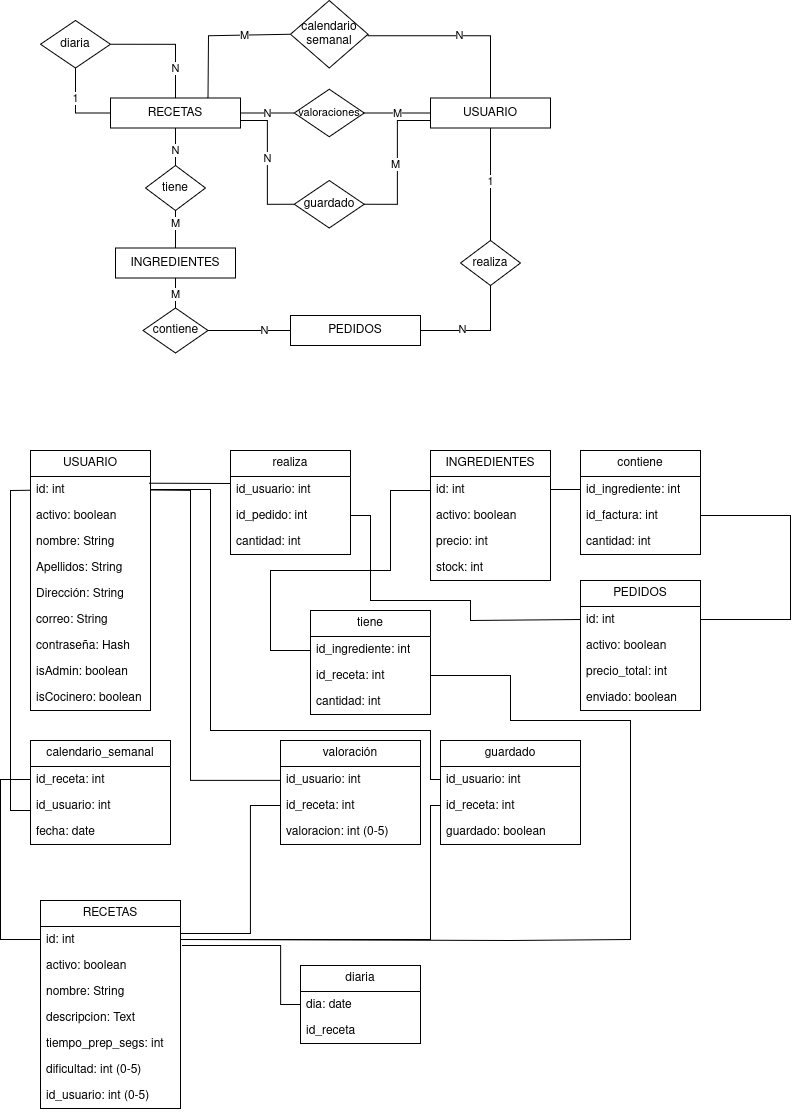
The draw.io diagram docs/Diagrama-Entidad_Relación.png in ntrefftz/CookingLab, before a commit. Source tidied: cells renumbered, new cells last; positions are measured from the earlier drawing's top-left corner, leaving out a move shared by most shapes.
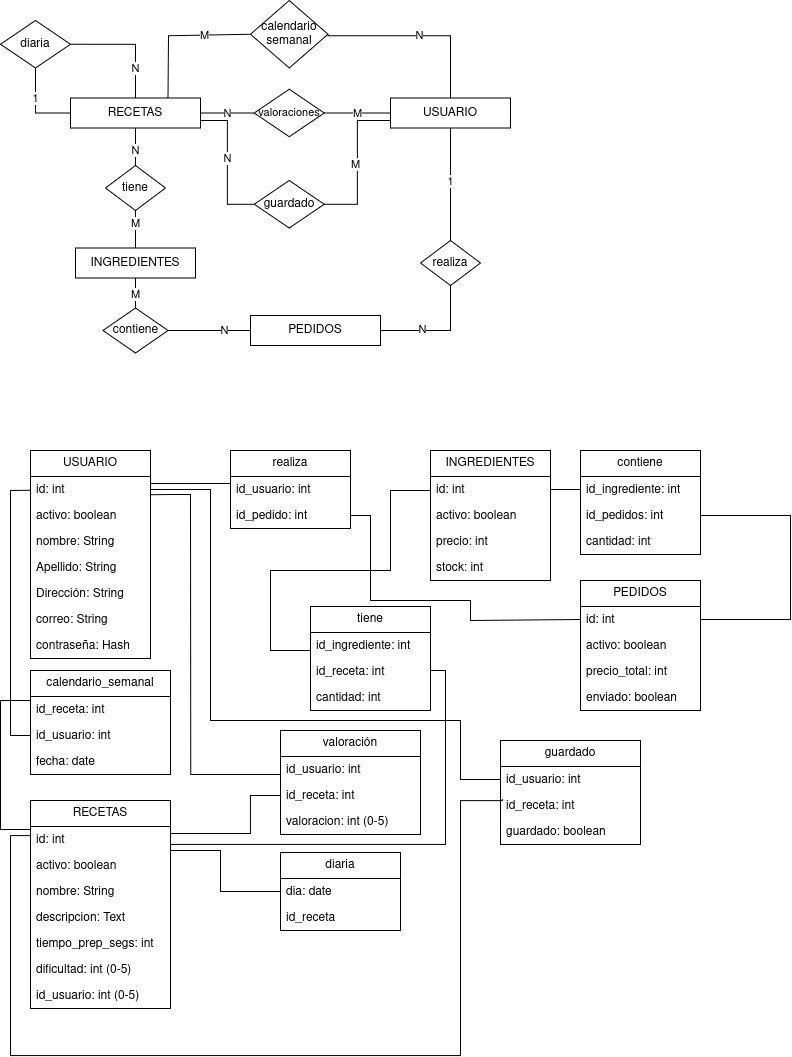
The same file after the commit.

Change to the diagram source:
```diff
@@ -5,3 +5,3 @@
     <mxCell id="2" value="INGREDIENTES" style="rounded=0;whiteSpace=wrap;html=1;" parent="1" vertex="1">
-      <mxGeometry x="115" y="247.5" width="120" height="30" as="geometry" />
+      <mxGeometry x="75" y="247.5" width="120" height="30" as="geometry" />
     </mxCell>
@@ -24,3 +24,3 @@
     <mxCell id="7" value="tiene" style="rhombus;whiteSpace=wrap;html=1;" parent="1" vertex="1">
-      <mxGeometry x="145" y="165" width="60" height="45" as="geometry" />
+      <mxGeometry x="105" y="165" width="60" height="45" as="geometry" />
     </mxCell>
@@ -37,3 +37,3 @@
         <Array as="points">
-          <mxPoint x="208" y="35.2" />
+          <mxPoint x="168" y="35.2" />
         </Array>
@@ -45,6 +45,6 @@
     <mxCell id="12" value="RECETAS" style="rounded=0;whiteSpace=wrap;html=1;" parent="1" vertex="1">
-      <mxGeometry x="110" y="97.5" width="130" height="30" as="geometry" />
+      <mxGeometry x="70" y="97.5" width="130" height="30" as="geometry" />
     </mxCell>
     <mxCell id="13" value="PEDIDOS" style="rounded=0;whiteSpace=wrap;html=1;" parent="1" vertex="1">
-      <mxGeometry x="290" y="315" width="130" height="30" as="geometry" />
+      <mxGeometry x="250" y="315" width="130" height="30" as="geometry" />
     </mxCell>
@@ -53,3 +53,3 @@
         <Array as="points">
-          <mxPoint x="490" y="35.2" />
+          <mxPoint x="450" y="35.2" />
         </Array>
@@ -58,3 +58,3 @@
     <mxCell id="15" value="USUARIO" style="rounded=0;whiteSpace=wrap;html=1;" parent="1" vertex="1">
-      <mxGeometry x="430" y="97.5" width="120" height="30" as="geometry" />
+      <mxGeometry x="390" y="97.5" width="120" height="30" as="geometry" />
     </mxCell>
@@ -67,3 +67,3 @@
     <mxCell id="18" value="&lt;font style=&quot;font-size: 11px;&quot;&gt;valoraciones&lt;/font&gt;" style="rhombus;whiteSpace=wrap;html=1;" parent="1" vertex="1">
-      <mxGeometry x="293.8" y="88.8" width="70" height="47.5" as="geometry" />
+      <mxGeometry x="253.8" y="88.8" width="70" height="47.5" as="geometry" />
     </mxCell>
@@ -78,3 +78,3 @@
         <Array as="points">
-          <mxPoint x="490" y="330" />
+          <mxPoint x="450" y="330" />
         </Array>
@@ -86,3 +86,3 @@
     <mxCell id="23" value="realiza" style="rhombus;whiteSpace=wrap;html=1;" parent="1" vertex="1">
-      <mxGeometry x="460" y="240" width="60" height="45" as="geometry" />
+      <mxGeometry x="420" y="240" width="60" height="45" as="geometry" />
     </mxCell>
@@ -105,3 +105,3 @@
     <mxCell id="28" value="contiene" style="rhombus;whiteSpace=wrap;html=1;" parent="1" vertex="1">
-      <mxGeometry x="142.5" y="307.5" width="65" height="45" as="geometry" />
+      <mxGeometry x="102.5" y="307.5" width="65" height="45" as="geometry" />
     </mxCell>
@@ -116,9 +116,9 @@
     <mxCell id="31" value="diaria" style="rhombus;whiteSpace=wrap;html=1;" parent="1" vertex="1">
-      <mxGeometry x="40" y="20" width="70" height="47.5" as="geometry" />
+      <mxGeometry y="20" width="70" height="47.5" as="geometry" />
     </mxCell>
     <mxCell id="32" value="calendario semanal" style="rhombus;whiteSpace=wrap;html=1;" parent="1" vertex="1">
-      <mxGeometry x="290" width="77.5" height="67.5" as="geometry" />
+      <mxGeometry x="250" width="77.5" height="67.5" as="geometry" />
     </mxCell>
     <mxCell id="33" value="RECETAS" style="swimlane;fontStyle=0;horizontal=1;startSize=26;fillColor=none;whiteSpace=wrap;html=1;" parent="1" vertex="1">
-      <mxGeometry x="40" y="900" width="140" height="208" as="geometry" />
+      <mxGeometry x="30" y="800" width="140" height="208" as="geometry" />
     </mxCell>
@@ -146,3 +146,3 @@
     <mxCell id="41" value="USUARIO" style="swimlane;fontStyle=0;horizontal=1;startSize=26;fillColor=none;whiteSpace=wrap;html=1;" parent="1" vertex="1">
-      <mxGeometry x="30" y="450" width="120" height="260" as="geometry" />
+      <mxGeometry x="30" y="450" width="120" height="208" as="geometry" />
     </mxCell>
@@ -157,3 +157,3 @@
     </mxCell>
-    <mxCell id="45" value="Apellidos: String" style="text;strokeColor=none;fillColor=none;align=left;verticalAlign=top;spacingLeft=4;spacingRight=4;overflow=hidden;whiteSpace=wrap;html=1;" parent="41" vertex="1">
+    <mxCell id="45" value="Apellido: String" style="text;strokeColor=none;fillColor=none;align=left;verticalAlign=top;spacingLeft=4;spacingRight=4;overflow=hidden;whiteSpace=wrap;html=1;" parent="41" vertex="1">
       <mxGeometry y="104" width="120" height="26" as="geometry" />
@@ -169,8 +169,2 @@
     </mxCell>
-    <mxCell id="49" value="isAdmin: boolean" style="text;strokeColor=none;fillColor=none;align=left;verticalAlign=top;spacingLeft=4;spacingRight=4;overflow=hidden;whiteSpace=wrap;html=1;" parent="41" vertex="1">
-      <mxGeometry y="208" width="120" height="26" as="geometry" />
-    </mxCell>
-    <mxCell id="50" value="isCocinero: boolean" style="text;strokeColor=none;fillColor=none;align=left;verticalAlign=top;spacingLeft=4;spacingRight=4;overflow=hidden;whiteSpace=wrap;html=1;" parent="41" vertex="1">
-      <mxGeometry y="234" width="120" height="26" as="geometry" />
-    </mxCell>
     <mxCell id="51" value="INGREDIENTES" style="swimlane;fontStyle=0;horizontal=1;startSize=26;fillColor=none;whiteSpace=wrap;html=1;" parent="1" vertex="1">
@@ -194,3 +188,3 @@
     <mxCell id="57" value="diaria" style="swimlane;fontStyle=0;horizontal=1;startSize=26;fillColor=none;whiteSpace=wrap;html=1;" parent="1" vertex="1">
-      <mxGeometry x="300" y="965" width="120" height="78" as="geometry" />
+      <mxGeometry x="280" y="852" width="120" height="78" as="geometry" />
     </mxCell>
@@ -218,3 +212,3 @@
     <mxCell id="65" value="valoración" style="swimlane;fontStyle=0;horizontal=1;startSize=26;fillColor=none;whiteSpace=wrap;html=1;" parent="1" vertex="1">
-      <mxGeometry x="280" y="740" width="140" height="104" as="geometry" />
+      <mxGeometry x="280" y="730" width="140" height="104" as="geometry" />
     </mxCell>
@@ -230,3 +224,3 @@
     <mxCell id="69" value="tiene" style="swimlane;fontStyle=0;horizontal=1;startSize=26;fillColor=none;whiteSpace=wrap;html=1;" parent="1" vertex="1">
-      <mxGeometry x="310" y="610" width="120" height="104" as="geometry" />
+      <mxGeometry x="310" y="606" width="120" height="104" as="geometry" />
     </mxCell>
@@ -247,3 +241,3 @@
     </mxCell>
-    <mxCell id="75" value="id_factura: int" style="text;strokeColor=none;fillColor=none;align=left;verticalAlign=top;spacingLeft=4;spacingRight=4;overflow=hidden;points=[[0,0.5],[1,0.5]];portConstraint=eastwest;whiteSpace=wrap;html=1;" parent="73" vertex="1">
+    <mxCell id="75" value="id_pedidos: int" style="text;strokeColor=none;fillColor=none;align=left;verticalAlign=top;spacingLeft=4;spacingRight=4;overflow=hidden;points=[[0,0.5],[1,0.5]];portConstraint=eastwest;whiteSpace=wrap;html=1;" parent="73" vertex="1">
       <mxGeometry y="52" width="120" height="26" as="geometry" />
@@ -254,3 +248,3 @@
     <mxCell id="77" value="realiza" style="swimlane;fontStyle=0;horizontal=1;startSize=26;fillColor=none;whiteSpace=wrap;html=1;" parent="1" vertex="1">
-      <mxGeometry x="230" y="450" width="120" height="104" as="geometry" />
+      <mxGeometry x="230" y="450" width="120" height="78" as="geometry" />
     </mxCell>
@@ -262,7 +256,4 @@
     </mxCell>
-    <mxCell id="80" value="cantidad: int" style="text;strokeColor=none;fillColor=none;align=left;verticalAlign=top;spacingLeft=4;spacingRight=4;overflow=hidden;whiteSpace=wrap;html=1;" parent="77" vertex="1">
-      <mxGeometry y="78" width="120" height="26" as="geometry" />
-    </mxCell>
     <mxCell id="81" value="calendario_semanal" style="swimlane;fontStyle=0;horizontal=1;startSize=26;fillColor=none;whiteSpace=wrap;html=1;" parent="1" vertex="1">
-      <mxGeometry x="30" y="740" width="140" height="104" as="geometry" />
+      <mxGeometry x="30" y="670" width="140" height="104" as="geometry" />
     </mxCell>
@@ -277,7 +268,7 @@
     </mxCell>
-    <mxCell id="85" style="edgeStyle=none;rounded=0;jettySize=auto;html=1;exitX=1.01;exitY=0.731;exitDx=0;exitDy=0;entryX=0;entryY=0.5;entryDx=0;entryDy=0;exitPerimeter=0;endArrow=none;startFill=0;" parent="1" edge="1" source="34" target="57">
+    <mxCell id="85" style="edgeStyle=none;rounded=0;jettySize=auto;html=1;exitX=1;exitY=0.923;exitDx=0;exitDy=0;entryX=0;entryY=0.5;entryDx=0;entryDy=0;exitPerimeter=0;endArrow=none;startFill=0;" parent="1" edge="1" source="34" target="57">
       <mxGeometry relative="1" as="geometry">
         <Array as="points">
-          <mxPoint x="280" y="945" />
-          <mxPoint x="280" y="1004" />
+          <mxPoint x="220" y="850" />
+          <mxPoint x="220" y="891" />
         </Array>
@@ -285,7 +276,10 @@
     </mxCell>
-    <mxCell id="86" style="edgeStyle=none;rounded=0;jettySize=auto;html=1;exitX=0;exitY=0.5;exitDx=0;exitDy=0;entryX=0;entryY=0.5;entryDx=0;entryDy=0;endArrow=none;startFill=0;" parent="1" edge="1" source="82" target="34">
+    <mxCell id="86" style="edgeStyle=none;rounded=0;orthogonalLoop=1;jettySize=auto;html=1;entryX=0;entryY=0.5;entryDx=0;entryDy=0;endArrow=none;startFill=0;" parent="1" edge="1">
       <mxGeometry relative="1" as="geometry">
+        <mxPoint x="30" y="700" as="sourcePoint" />
+        <mxPoint x="30" y="829" as="targetPoint" />
         <Array as="points">
-          <mxPoint y="779" />
-          <mxPoint y="939" />
+          <mxPoint y="700" />
+          <mxPoint y="769" />
+          <mxPoint y="829" />
         </Array>
@@ -293,7 +287,6 @@
     </mxCell>
-    <mxCell id="87" style="edgeStyle=none;rounded=0;jettySize=auto;html=1;endArrow=none;startFill=0;" parent="1" edge="1" target="42">
+    <mxCell id="87" style="edgeStyle=none;rounded=0;jettySize=auto;html=1;endArrow=none;startFill=0;exitX=0;exitY=0.5;exitDx=0;exitDy=0;" parent="1" edge="1" source="83" target="42">
       <mxGeometry relative="1" as="geometry">
-        <mxPoint x="30" y="810" as="sourcePoint" />
         <Array as="points">
-          <mxPoint x="10" y="810" />
+          <mxPoint x="10" y="735" />
           <mxPoint x="10" y="490" />
@@ -302,3 +295,3 @@
     </mxCell>
-    <mxCell id="88" style="edgeStyle=none;rounded=0;jettySize=auto;html=1;exitX=0.99;exitY=0.258;exitDx=0;exitDy=0;exitPerimeter=0;endArrow=none;startFill=0;" parent="1" edge="1" source="42">
+    <mxCell id="88" style="edgeStyle=none;rounded=0;jettySize=auto;html=1;exitX=1;exitY=0.271;exitDx=0;exitDy=0;exitPerimeter=0;endArrow=none;startFill=0;" parent="1" edge="1" source="42">
       <mxGeometry relative="1" as="geometry">
@@ -324,2 +317,3 @@
           <mxPoint x="790" y="515" />
+          <mxPoint x="790" y="600" />
           <mxPoint x="790" y="619" />
@@ -328,8 +322,10 @@
     </mxCell>
-    <mxCell id="92" style="edgeStyle=none;rounded=0;jettySize=auto;html=1;endArrow=none;startFill=0;" parent="1" edge="1" source="42">
+    <mxCell id="92" style="edgeStyle=none;rounded=0;orthogonalLoop=1;jettySize=auto;html=1;endArrow=none;startFill=0;exitX=0.998;exitY=0.934;exitDx=0;exitDy=0;exitPerimeter=0;" parent="1" edge="1">
       <mxGeometry relative="1" as="geometry">
-        <mxPoint x="280" y="780" as="targetPoint" />
+        <mxPoint x="150" y="494.3" as="sourcePoint" />
+        <mxPoint x="280.2" y="774" as="targetPoint" />
         <Array as="points">
-          <mxPoint x="190" y="490" />
-          <mxPoint x="190" y="780" />
+          <mxPoint x="170.2" y="494" />
+          <mxPoint x="190" y="494" />
+          <mxPoint x="190.2" y="774" />
         </Array>
@@ -340,4 +336,5 @@
         <Array as="points">
-          <mxPoint x="250" y="933" />
-          <mxPoint x="250" y="805" />
+          <mxPoint x="210" y="833" />
+          <mxPoint x="250" y="833" />
+          <mxPoint x="250" y="795" />
         </Array>
@@ -357,13 +354,2 @@
     </mxCell>
-    <mxCell id="95" style="edgeStyle=none;rounded=0;jettySize=auto;html=1;exitX=1;exitY=0.5;exitDx=0;exitDy=0;entryX=1;entryY=0.5;entryDx=0;entryDy=0;endArrow=none;startFill=0;" parent="1" edge="1" source="71" target="34">
-      <mxGeometry relative="1" as="geometry">
-        <Array as="points">
-          <mxPoint x="510" y="675" />
-          <mxPoint x="510" y="720" />
-          <mxPoint x="630" y="720" />
-          <mxPoint x="630" y="939" />
-          <mxPoint x="510" y="940" />
-        </Array>
-      </mxGeometry>
-    </mxCell>
     <mxCell id="96" style="edgeStyle=orthogonalEdgeStyle;rounded=0;jettySize=auto;html=1;exitX=1;exitY=0.5;exitDx=0;exitDy=0;entryX=0;entryY=0.75;entryDx=0;entryDy=0;endArrow=none;startFill=0;" parent="1" edge="1" source="100" target="15">
@@ -381,6 +367,6 @@
     <mxCell id="100" value="guardado" style="rhombus;whiteSpace=wrap;html=1;" parent="1" vertex="1">
-      <mxGeometry x="293.8" y="180" width="70" height="47.5" as="geometry" />
+      <mxGeometry x="253.8" y="180" width="70" height="47.5" as="geometry" />
     </mxCell>
     <mxCell id="101" value="guardado" style="swimlane;fontStyle=0;horizontal=1;startSize=26;fillColor=none;whiteSpace=wrap;html=1;" parent="1" vertex="1">
-      <mxGeometry x="440" y="740" width="140" height="104" as="geometry" />
+      <mxGeometry x="500" y="740" width="140" height="104" as="geometry" />
     </mxCell>
@@ -395,7 +381,11 @@
     </mxCell>
-    <mxCell id="105" style="edgeStyle=orthogonalEdgeStyle;rounded=0;jettySize=auto;html=1;entryX=0;entryY=0.5;entryDx=0;entryDy=0;endArrow=none;startFill=0;" parent="1" edge="1" source="34" target="103">
+    <mxCell id="105" style="edgeStyle=orthogonalEdgeStyle;rounded=0;jettySize=auto;html=1;entryX=0.013;entryY=0.247;entryDx=0;entryDy=0;endArrow=none;startFill=0;entryPerimeter=0;" parent="1" edge="1" target="103">
       <mxGeometry relative="1" as="geometry">
+        <mxPoint x="30" y="835" as="sourcePoint" />
         <Array as="points">
-          <mxPoint x="430" y="939" />
-          <mxPoint x="430" y="805" />
+          <mxPoint x="10" y="835" />
+          <mxPoint x="10" y="1055" />
+          <mxPoint x="460" y="1055" />
+          <mxPoint x="460" y="800" />
+          <mxPoint x="502" y="800" />
         </Array>
@@ -407,5 +397,5 @@
           <mxPoint x="210" y="489" />
-          <mxPoint x="210" y="730" />
-          <mxPoint x="430" y="730" />
-          <mxPoint x="430" y="779" />
+          <mxPoint x="210" y="720" />
+          <mxPoint x="460" y="720" />
+          <mxPoint x="460" y="779" />
         </Array>
@@ -413,2 +403,13 @@
     </mxCell>
+    <mxCell id="107" style="edgeStyle=orthogonalEdgeStyle;rounded=0;orthogonalLoop=1;jettySize=auto;html=1;endArrow=none;startFill=0;entryX=1.003;entryY=0.676;entryDx=0;entryDy=0;entryPerimeter=0;" parent="1" edge="1">
+      <mxGeometry relative="1" as="geometry">
+        <mxPoint x="430" y="679.9" as="sourcePoint" />
+        <mxPoint x="170" y="843.9" as="targetPoint" />
+        <Array as="points">
+          <mxPoint x="430" y="670" />
+          <mxPoint x="445" y="670" />
+          <mxPoint x="445" y="844" />
+        </Array>
+      </mxGeometry>
+    </mxCell>
   </root>
```
